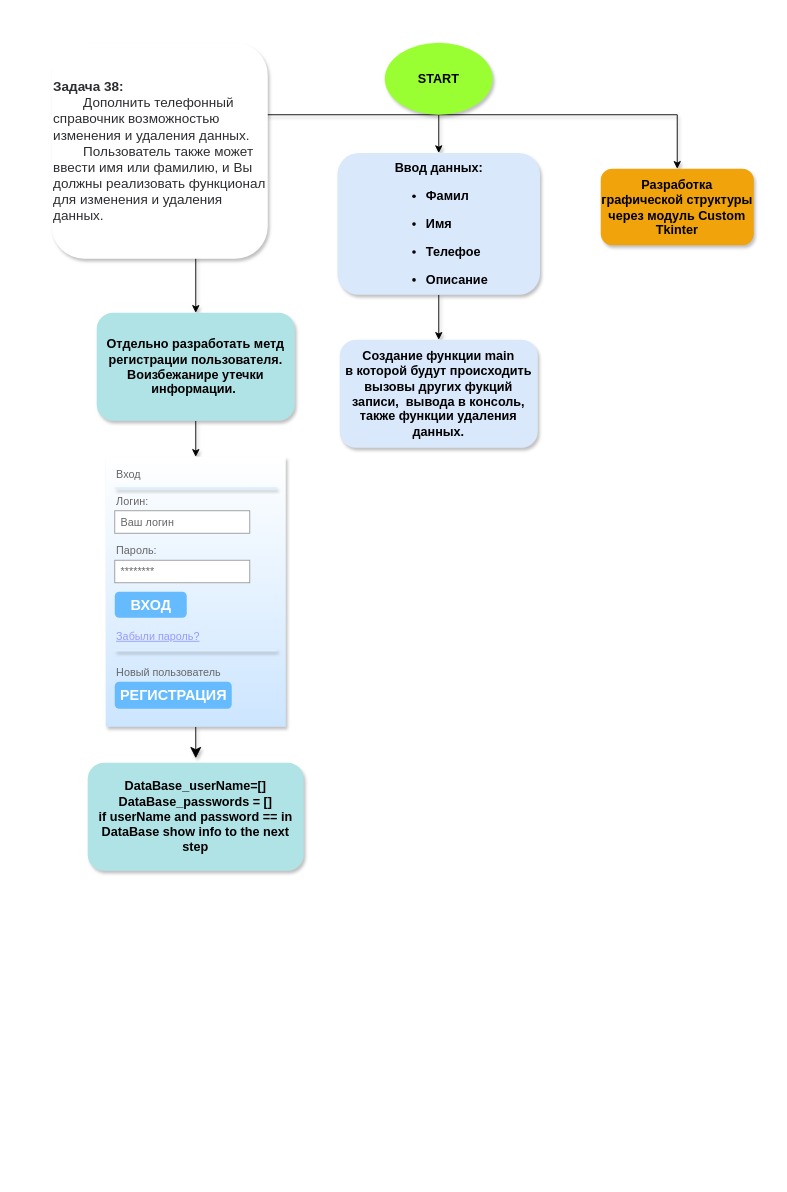
Above: Task38/TAKS38_Diagram.drawio in Levochka108/Python-Task-GB (draw.io), before the change. Source tidied: cells renumbered, new cells numbered last; positions are measured from the earlier drawing's top-left corner, leaving out a move shared by most shapes. Both pictures are drawn from the tidied source at 90%, with x=0, y=0 at pixel (15, 15).
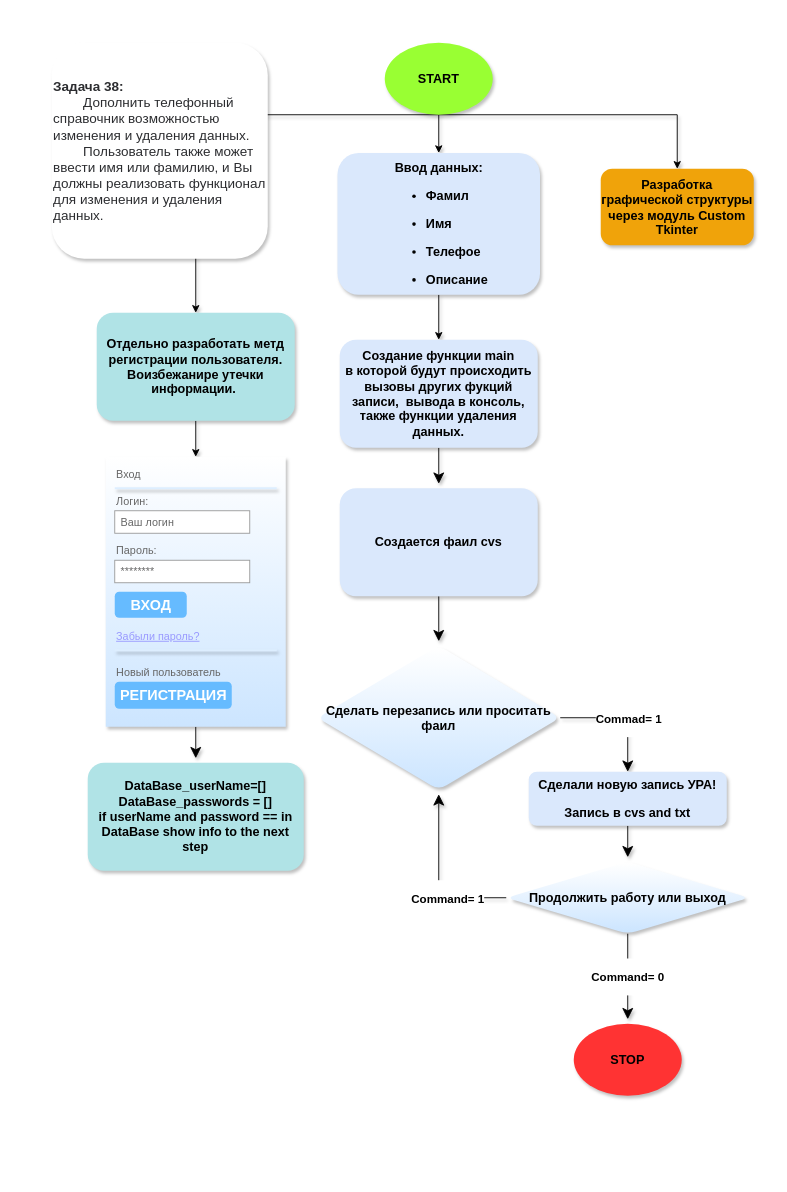
The same page after the edit.

The change refers to these unchanged cells:
```xml
<mxCell id="10" value="&lt;h3&gt;Создание функции main&lt;br&gt;в которой будут происходить вызовы других фукций записи,&amp;nbsp; вывода в консоль, также функции удаления данных.&lt;/h3&gt;" style="rounded=1;whiteSpace=wrap;html=1;shadow=1;glass=0;comic=0;sketch=0;fontFamily=PT Sans;fillColor=#dae8fc;strokeColor=none;" parent="1" vertex="1">
  <mxGeometry x="360" y="360" width="220" height="120" as="geometry" />
</mxCell>
```

The edit, as a diff of the source:
```diff
@@
     <mxCell id="2" style="rounded=0;whiteSpace=wrap;html=1;fontFamily=PT Sans;strokeColor=none;" parent="1" vertex="1">
-      <mxGeometry width="840" height="1160" as="geometry" />
+      <mxGeometry width="840" height="1290" as="geometry" />
     </mxCell>
@@
+    <mxCell id="28" style="edgeStyle=orthogonalEdgeStyle;rounded=0;jettySize=auto;html=1;shadow=1;fontFamily=PT Sans;endSize=10;targetPerimeterSpacing=5;" parent="1" edge="1" source="10" target="30">
+      <mxGeometry relative="1" as="geometry" />
+    </mxCell>
@@
+    <mxCell id="29" style="edgeStyle=orthogonalEdgeStyle;rounded=0;jettySize=auto;html=1;shadow=1;fontFamily=PT Sans;endSize=10;targetPerimeterSpacing=5;" parent="1" edge="1" source="30" target="33">
+      <mxGeometry relative="1" as="geometry" />
+    </mxCell>
+    <mxCell id="30" value="&lt;h3&gt;Создается фаил cvs&lt;/h3&gt;" style="rounded=1;whiteSpace=wrap;html=1;shadow=1;glass=0;comic=0;sketch=0;fontFamily=PT Sans;fillColor=#dae8fc;strokeColor=none;" parent="1" vertex="1">
+      <mxGeometry x="360" y="525" width="220" height="120" as="geometry" />
+    </mxCell>
+    <mxCell id="31" style="edgeStyle=orthogonalEdgeStyle;rounded=0;jettySize=auto;html=1;entryX=0.5;entryY=0;entryDx=0;entryDy=0;shadow=1;fontFamily=PT Sans;endSize=10;targetPerimeterSpacing=5;exitX=1;exitY=0.5;exitDx=0;exitDy=0;" parent="1" edge="1" source="33" target="36">
+      <mxGeometry relative="1" as="geometry" />
+    </mxCell>
+    <mxCell id="32" value="&lt;h3&gt;Commad= 1&lt;/h3&gt;" style="edgeLabel;html=1;align=center;verticalAlign=middle;fontFamily=PT Sans;" parent="31" vertex="1">
+      <mxGeometry x="-0.32" relative="1" as="geometry">
+        <mxPoint x="29" as="offset" />
+      </mxGeometry>
+    </mxCell>
+    <mxCell id="33" value="&lt;h3&gt;Cделать перезапись или проситать фаил&lt;/h3&gt;" style="rhombus;whiteSpace=wrap;html=1;rounded=1;shadow=1;glass=0;comic=0;sketch=0;strokeColor=none;fontFamily=PT Sans;fillColor=default;gradientColor=#CCE5FF;" parent="1" vertex="1">
+      <mxGeometry x="335" y="700" width="270" height="160" as="geometry" />
+    </mxCell>
+    <mxCell id="34" value="&lt;h3&gt;&lt;font face=&quot;PT Sans&quot;&gt;STOP&lt;/font&gt;&lt;/h3&gt;" style="ellipse;whiteSpace=wrap;html=1;strokeColor=none;fillColor=#FF3333;sketch=0;shadow=1;" parent="1" vertex="1">
+      <mxGeometry x="620" y="1120" width="120" height="80" as="geometry" />
+    </mxCell>
+    <mxCell id="35" style="edgeStyle=orthogonalEdgeStyle;rounded=0;jettySize=auto;html=1;shadow=1;fontFamily=PT Sans;endSize=10;targetPerimeterSpacing=5;" parent="1" edge="1" source="36" target="40">
+      <mxGeometry relative="1" as="geometry" />
+    </mxCell>
+    <mxCell id="36" value="&lt;h3&gt;Сделали новую запись УРА!&lt;/h3&gt;&lt;h3&gt;Запись в cvs and txt&lt;/h3&gt;" style="rounded=1;whiteSpace=wrap;html=1;shadow=1;glass=0;comic=0;sketch=0;fontFamily=PT Sans;fillColor=#dae8fc;strokeColor=none;" parent="1" vertex="1">
+      <mxGeometry x="570" y="840" width="220" height="60" as="geometry" />
+    </mxCell>
+    <mxCell id="37" value="&lt;h3&gt;Command= 0&lt;/h3&gt;" style="edgeStyle=orthogonalEdgeStyle;rounded=0;jettySize=auto;html=1;shadow=1;fontFamily=PT Sans;endSize=10;targetPerimeterSpacing=5;" parent="1" edge="1" source="40" target="34">
+      <mxGeometry relative="1" as="geometry" />
+    </mxCell>
+    <mxCell id="38" style="edgeStyle=orthogonalEdgeStyle;rounded=0;jettySize=auto;html=1;shadow=1;fontFamily=PT Sans;endSize=10;targetPerimeterSpacing=5;exitX=0;exitY=0.5;exitDx=0;exitDy=0;" parent="1" edge="1" source="40" target="33">
+      <mxGeometry relative="1" as="geometry" />
+    </mxCell>
+    <mxCell id="39" value="&lt;h3&gt;Command= 1&lt;/h3&gt;" style="edgeLabel;html=1;align=center;verticalAlign=middle;fontFamily=PT Sans;" parent="38" vertex="1">
+      <mxGeometry x="-0.5" y="-1" relative="1" as="geometry">
+        <mxPoint x="-18" y="1" as="offset" />
+      </mxGeometry>
+    </mxCell>
+    <mxCell id="40" value="&lt;h3&gt;Продолжить работу или выход&lt;/h3&gt;" style="rhombus;whiteSpace=wrap;html=1;rounded=1;shadow=1;glass=0;comic=0;sketch=0;strokeColor=none;fontFamily=PT Sans;fillColor=default;gradientColor=#CCE5FF;" parent="1" vertex="1">
+      <mxGeometry x="545" y="940" width="270" height="80" as="geometry" />
+    </mxCell>
```
